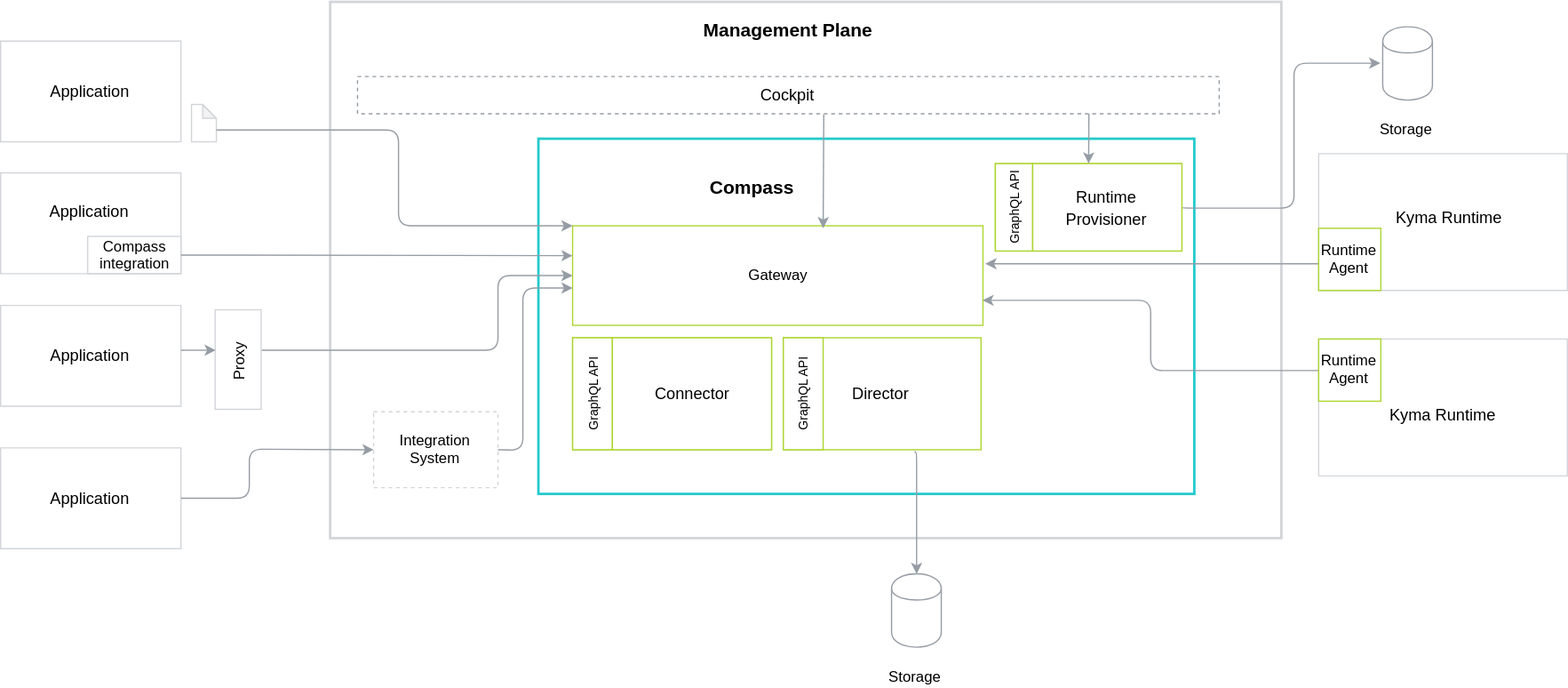
Above: docs/compass/assets/components.svg in kyma-incubator/compass (draw.io), before the change. Source tidied: cells renumbered, new cells last; positions are measured from the earlier drawing's top-left corner, leaving out a move shared by most shapes.
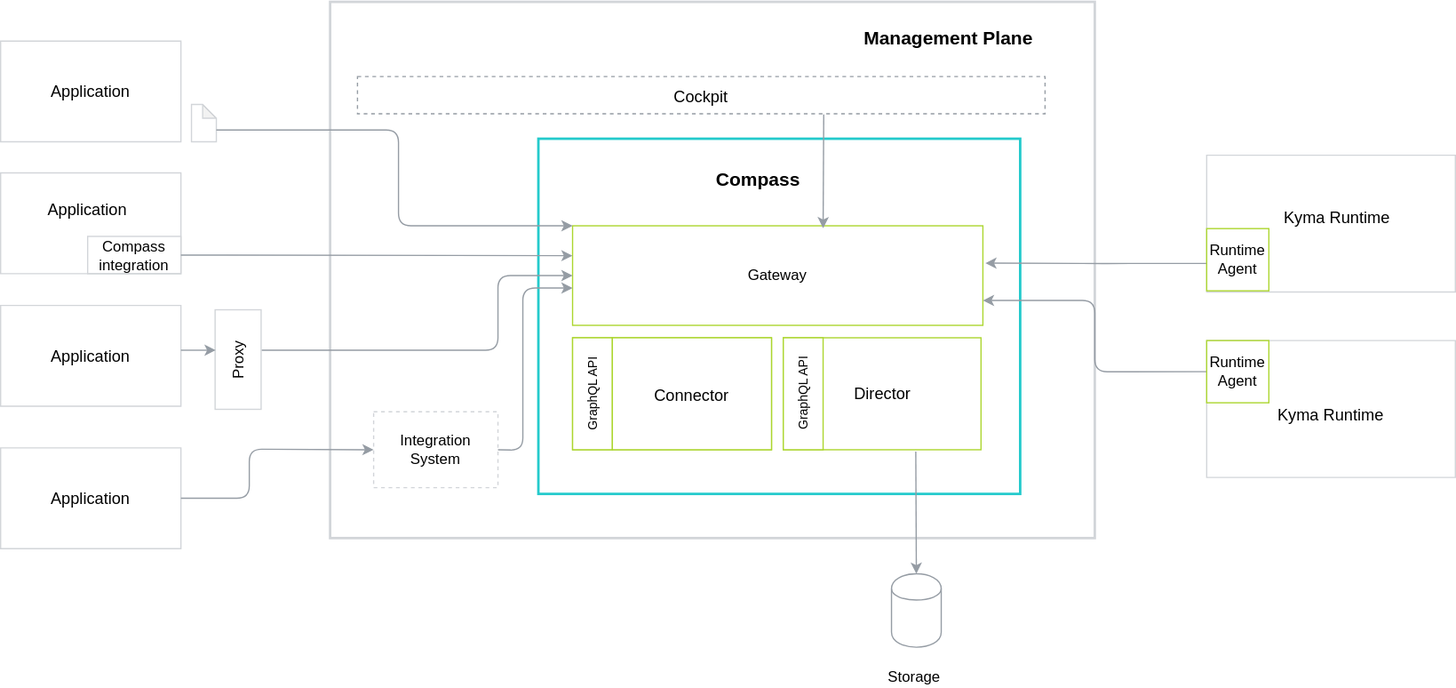
The same diagram one commit later.

Change to the diagram source:
```diff
@@ -3,10 +3,10 @@
     <mxCell id="0" />
     <mxCell id="1" parent="0" />
     <mxCell id="2" style="rounded=0;whiteSpace=wrap;html=1;labelBackgroundColor=none;strokeColor=#D2D5D9;strokeWidth=2;fillColor=#FFFFFF;gradientColor=none;fontFamily=Helvetica;fontSize=15;fontColor=#000000;" parent="1" vertex="1">
-      <mxGeometry x="265" width="765" height="431" as="geometry" />
+      <mxGeometry x="265" width="615" height="431" as="geometry" />
     </mxCell>
     <mxCell id="3" style="rounded=0;whiteSpace=wrap;html=1;labelBackgroundColor=none;strokeColor=#24CACC;strokeWidth=2;fillColor=#FFFFFF;gradientColor=none;fontFamily=Helvetica;fontSize=15;fontColor=#000000;" parent="1" vertex="1">
-      <mxGeometry x="432.5" y="110" width="527.5" height="285.5" as="geometry" />
+      <mxGeometry x="432.5" y="110" width="387.5" height="285.5" as="geometry" />
     </mxCell>
     <mxCell id="4" style="group;strokeColor=#ACD62F;" parent="1" vertex="1">
       <mxGeometry x="460" y="270" width="160" height="90" as="geometry" />
@@ -18,7 +18,7 @@
       <mxGeometry x="32" width="128" height="90" as="geometry" />
     </mxCell>
     <mxCell id="7" value="&lt;b&gt;Compass&lt;br&gt;&lt;/b&gt;" style="text;html=1;strokeColor=none;fillColor=none;align=center;verticalAlign=middle;whiteSpace=wrap;rounded=0;labelBackgroundColor=none;fontFamily=Helvetica;fontSize=15;fontColor=#000000;" parent="1" vertex="1">
-      <mxGeometry x="498" y="130" width="211" height="37" as="geometry" />
+      <mxGeometry x="504" y="123.2" width="211" height="37" as="geometry" />
     </mxCell>
     <mxCell id="8" style="group;" parent="1" vertex="1">
       <mxGeometry x="715" y="459.7" width="40" height="91" as="geometry" />
@@ -30,10 +30,10 @@
       <mxGeometry y="71" width="40" height="20" as="geometry" />
     </mxCell>
     <mxCell id="11" value="&lt;font style=&quot;font-size: 13px&quot;&gt;Cockpit&lt;br&gt;&lt;/font&gt;" style="rounded=0;whiteSpace=wrap;html=1;labelBackgroundColor=none;strokeColor=#959CA4;strokeWidth=1;fillColor=#FFFFFF;gradientColor=none;fontFamily=Helvetica;fontSize=15;fontColor=#000000;dashed=1;" parent="1" vertex="1">
-      <mxGeometry x="287" y="60" width="693" height="30" as="geometry" />
+      <mxGeometry x="287" y="60" width="553" height="30" as="geometry" />
     </mxCell>
     <mxCell id="12" value="&lt;b&gt;Management Plane&lt;br&gt;&lt;/b&gt;" style="text;html=1;strokeColor=none;fillColor=none;align=center;verticalAlign=middle;whiteSpace=wrap;rounded=0;labelBackgroundColor=none;fontFamily=Helvetica;fontSize=15;fontColor=#000000;" parent="1" vertex="1">
-      <mxGeometry x="555" y="3" width="155" height="37" as="geometry" />
+      <mxGeometry x="685" y="10" width="155" height="37" as="geometry" />
     </mxCell>
     <mxCell id="13" style="edgeStyle=orthogonalEdgeStyle;jettySize=auto;html=1;entryX=0.5;entryY=0;entryDx=0;entryDy=0;startFill=0;strokeColor=#959CA4;strokeWidth=1;fontSize=15;exitX=0.67;exitY=1.017;exitDx=0;exitDy=0;exitPerimeter=0;" parent="1" edge="1" source="17" target="9">
       <mxGeometry relative="1" as="geometry">
@@ -128,28 +128,28 @@
       <mxGeometry x="629.5" y="270" width="32" height="90" as="geometry" />
     </mxCell>
     <mxCell id="33" style="shape=parallelogram;perimeter=parallelogramPerimeter;whiteSpace=wrap;html=1;size=0;strokeColor=#D2D5D9;" parent="1" vertex="1">
-      <mxGeometry x="1060" y="122" width="200" height="110" as="geometry" />
+      <mxGeometry x="970" y="123.2" width="200" height="110" as="geometry" />
     </mxCell>
     <mxCell id="34" style="shape=parallelogram;perimeter=parallelogramPerimeter;whiteSpace=wrap;html=1;size=0;strokeColor=#D2D5D9;" parent="1" vertex="1">
-      <mxGeometry x="1060" y="271" width="200" height="110" as="geometry" />
+      <mxGeometry x="970" y="272.2" width="200" height="110" as="geometry" />
     </mxCell>
     <mxCell id="35" style="edgeStyle=orthogonalEdgeStyle;rounded=1;jettySize=auto;html=1;exitX=0;exitY=0.56;exitDx=0;exitDy=0;strokeColor=#959CA4;entryX=1.006;entryY=0.375;entryDx=0;entryDy=0;entryPerimeter=0;exitPerimeter=0;" parent="1" edge="1" source="36" target="16">
       <mxGeometry relative="1" as="geometry" />
     </mxCell>
     <mxCell id="36" value="Runtime Agent" style="whiteSpace=wrap;html=1;strokeColor=#ACD62F;" parent="1" vertex="1">
-      <mxGeometry x="1060" y="182" width="50" height="50" as="geometry" />
+      <mxGeometry x="970" y="182.2" width="50" height="50" as="geometry" />
     </mxCell>
     <mxCell id="37" style="edgeStyle=orthogonalEdgeStyle;rounded=1;jettySize=auto;html=1;exitX=0;exitY=0.5;exitDx=0;exitDy=0;entryX=1;entryY=0.75;entryDx=0;entryDy=0;strokeColor=#959CA4;" parent="1" edge="1" source="38" target="16">
       <mxGeometry relative="1" as="geometry" />
     </mxCell>
     <mxCell id="38" value="Runtime &lt;br&gt;Agent" style="whiteSpace=wrap;html=1;strokeColor=#ACD62F;" parent="1" vertex="1">
-      <mxGeometry x="1060" y="271" width="50" height="50" as="geometry" />
+      <mxGeometry x="970" y="272.2" width="50" height="50" as="geometry" />
     </mxCell>
     <mxCell id="39" value="&lt;font style=&quot;font-size: 13px&quot;&gt;Kyma Runtime&lt;/font&gt;" style="text;html=1;strokeColor=none;fillColor=none;align=center;verticalAlign=middle;whiteSpace=wrap;rounded=0;" parent="1" vertex="1">
-      <mxGeometry x="1110" y="162" width="110" height="20" as="geometry" />
+      <mxGeometry x="1020" y="163.2" width="110" height="20" as="geometry" />
     </mxCell>
     <mxCell id="40" value="&lt;font style=&quot;font-size: 13px&quot;&gt;Kyma Runtime&lt;/font&gt;" style="text;html=1;strokeColor=none;fillColor=none;align=center;verticalAlign=middle;whiteSpace=wrap;rounded=0;" parent="1" vertex="1">
-      <mxGeometry x="1110" y="321" width="100" height="20" as="geometry" />
+      <mxGeometry x="1020" y="322.2" width="100" height="20" as="geometry" />
     </mxCell>
     <mxCell id="41" style="endArrow=classic;html=1;strokeColor=#959CA4;entryX=0.75;entryY=0;entryDx=0;entryDy=0;" parent="1" edge="1">
       <mxGeometry relative="1" as="geometry">
@@ -157,39 +157,5 @@
         <mxPoint x="661.5" y="182" as="targetPoint" />
       </mxGeometry>
     </mxCell>
-    <mxCell id="42" style="group;" parent="1" vertex="1">
-      <mxGeometry x="1110" y="20" width="40" height="91" as="geometry" />
-    </mxCell>
-    <mxCell id="43" style="shape=cylinder;whiteSpace=wrap;html=1;boundedLbl=1;backgroundOutline=1;strokeColor=#959CA4;fontSize=15;fillColor=none;" parent="42" vertex="1">
-      <mxGeometry x="1.5" width="40" height="59" as="geometry" />
-    </mxCell>
-    <mxCell id="44" value="&lt;font style=&quot;font-size: 12px&quot;&gt;Storage&lt;br&gt;&lt;/font&gt;" style="text;html=1;strokeColor=none;fillColor=none;align=center;verticalAlign=middle;whiteSpace=wrap;rounded=0;dashed=1;labelBackgroundColor=none;fontFamily=Helvetica;fontSize=15;fontColor=#000000;" parent="42" vertex="1">
-      <mxGeometry y="71" width="40" height="20" as="geometry" />
-    </mxCell>
-    <mxCell id="45" style="edgeStyle=orthogonalEdgeStyle;jettySize=auto;html=1;startFill=0;strokeColor=#959CA4;strokeWidth=1;fontSize=15;exitX=1;exitY=0.5;exitDx=0;exitDy=0;" parent="1" edge="1" source="48">
-      <mxGeometry relative="1" as="geometry">
-        <mxPoint x="1110" y="49" as="targetPoint" />
-        <Array as="points">
-          <mxPoint x="950" y="166" />
-          <mxPoint x="1040" y="166" />
-          <mxPoint x="1040" y="49" />
-        </Array>
-      </mxGeometry>
-    </mxCell>
-    <mxCell id="46" style="group;strokeColor=#ACD62F;" parent="1" vertex="1">
-      <mxGeometry x="800" y="130" width="150" height="70.3" as="geometry" />
-    </mxCell>
-    <mxCell id="47" value="&lt;font&gt;&lt;font style=&quot;font-size: 10px&quot;&gt;GraphQL API&lt;/font&gt;&lt;br style=&quot;font-size: 12px&quot;&gt;&lt;/font&gt;" style="rounded=0;whiteSpace=wrap;html=1;labelBackgroundColor=none;strokeColor=#ACD62F;strokeWidth=1;fillColor=#FFFFFF;gradientColor=none;fontFamily=Helvetica;fontSize=12;fontColor=#000000;horizontal=0;" parent="46" vertex="1">
-      <mxGeometry width="30" height="70.3" as="geometry" />
-    </mxCell>
-    <mxCell id="48" value="&lt;font style=&quot;font-size: 13px&quot;&gt;Runtime Provisioner&lt;br&gt;&lt;/font&gt;" style="rounded=0;whiteSpace=wrap;html=1;labelBackgroundColor=none;strokeColor=#ACD62F;strokeWidth=1;fillColor=#FFFFFF;gradientColor=none;fontFamily=Helvetica;fontSize=15;fontColor=#000000;" parent="46" vertex="1">
-      <mxGeometry x="30" width="120" height="70.3" as="geometry" />
-    </mxCell>
-    <mxCell id="49" style="endArrow=classic;html=1;strokeColor=#959CA4;" parent="1" edge="1">
-      <mxGeometry relative="1" as="geometry">
-        <mxPoint x="875.2" y="90" as="sourcePoint" />
-        <mxPoint x="875" y="130" as="targetPoint" />
-      </mxGeometry>
-    </mxCell>
   </root>
 </mxGraphModel>
```
